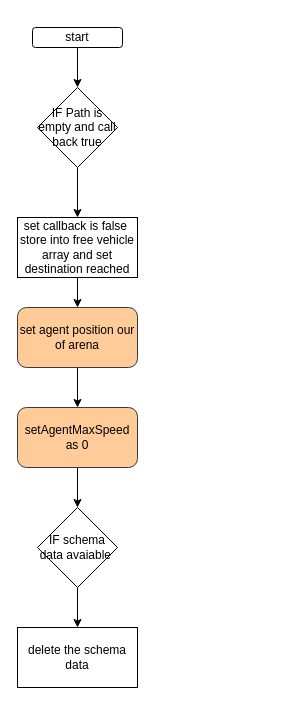
The draw.io diagram vehicle/triggerDestinationReachCall.drawio in sivagit/diagrams, before the edit. Source tidied: cells renumbered, new cells numbered last; positions are measured from the earlier drawing's top-left corner, leaving out a move shared by most shapes. Both pictures are drawn from the tidied source at 100%, with x=0, y=0 at pixel (17, 27).
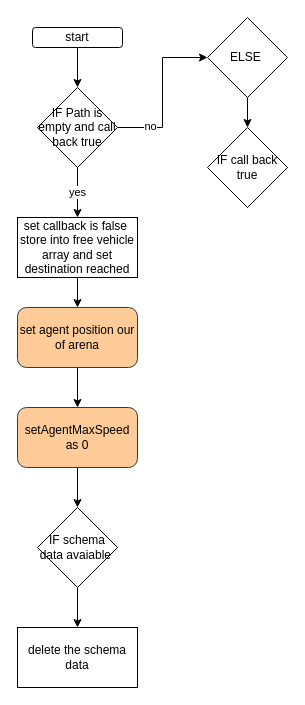
Above is the later version.

The edit, as a diff of the source:
```diff
@@
 <mxGraphModel>
   <root>
     <mxCell id="0" />
     <mxCell id="1" parent="0" />
     <mxCell id="2" style="edgeStyle=orthogonalEdgeStyle;rounded=0;jettySize=auto;html=1;" parent="1" edge="1" source="3" target="5">
       <mxGeometry relative="1" as="geometry" />
     </mxCell>
     <mxCell id="3" value="start" style="rounded=1;whiteSpace=wrap;html=1;" parent="1" vertex="1">
       <mxGeometry x="15" width="90" height="20" as="geometry" />
     </mxCell>
-    <mxCell id="4" style="edgeStyle=orthogonalEdgeStyle;rounded=0;jettySize=auto;html=1;" parent="1" edge="1" source="5" target="7">
+    <mxCell id="4" value="yes" style="edgeStyle=orthogonalEdgeStyle;rounded=0;jettySize=auto;html=1;" parent="1" edge="1" source="5" target="7">
       <mxGeometry relative="1" as="geometry" />
     </mxCell>
+    <mxCell id="15" style="edgeStyle=orthogonalEdgeStyle;rounded=0;jettySize=auto;html=1;" parent="1" edge="1" source="5" target="18">
+      <mxGeometry relative="1" as="geometry" />
+    </mxCell>
+    <mxCell id="16" value="no" style="edgeLabel;html=1;align=center;verticalAlign=middle;" parent="15" vertex="1">
+      <mxGeometry x="-0.6" y="2" relative="1" as="geometry" />
+    </mxCell>
     <mxCell id="5" value="IF Path is empty and call back true" style="rhombus;whiteSpace=wrap;html=1;" parent="1" vertex="1">
       <mxGeometry x="20" y="60" width="80" height="80" as="geometry" />
     </mxCell>
     <mxCell id="6" style="edgeStyle=orthogonalEdgeStyle;rounded=0;jettySize=auto;html=1;" parent="1" edge="1" source="7" target="9">
       <mxGeometry relative="1" as="geometry" />
     </mxCell>
     <mxCell id="7" value="set callback is false&amp;nbsp;&lt;br&gt;store into free vehicle array and set destination reached" style="whiteSpace=wrap;html=1;" parent="1" vertex="1">
       <mxGeometry y="190" width="120" height="60" as="geometry" />
     </mxCell>
     <mxCell id="8" style="edgeStyle=orthogonalEdgeStyle;rounded=0;jettySize=auto;html=1;" parent="1" edge="1" source="9" target="11">
       <mxGeometry relative="1" as="geometry" />
     </mxCell>
     <mxCell id="9" value="set agent position our of arena" style="rounded=1;whiteSpace=wrap;html=1;fillColor=#ffcc99;strokeColor=#36393d;" parent="1" vertex="1">
       <mxGeometry y="280" width="120" height="60" as="geometry" />
     </mxCell>
     <mxCell id="10" style="edgeStyle=orthogonalEdgeStyle;rounded=0;jettySize=auto;html=1;" parent="1" edge="1" source="11" target="13">
       <mxGeometry relative="1" as="geometry" />
     </mxCell>
     <mxCell id="11" value="setAgentMaxSpeed as 0" style="rounded=1;whiteSpace=wrap;html=1;fillColor=#ffcc99;strokeColor=#36393d;" parent="1" vertex="1">
       <mxGeometry y="380" width="120" height="60" as="geometry" />
     </mxCell>
     <mxCell id="12" style="edgeStyle=orthogonalEdgeStyle;rounded=0;jettySize=auto;html=1;" parent="1" edge="1" source="13" target="14">
       <mxGeometry relative="1" as="geometry" />
     </mxCell>
     <mxCell id="13" value="IF schema data avaiable&amp;nbsp;" style="rhombus;whiteSpace=wrap;html=1;" parent="1" vertex="1">
       <mxGeometry x="20" y="480" width="80" height="80" as="geometry" />
     </mxCell>
     <mxCell id="14" value="delete the schema data" style="whiteSpace=wrap;html=1;" parent="1" vertex="1">
       <mxGeometry y="600" width="120" height="60" as="geometry" />
     </mxCell>
+    <mxCell id="17" style="edgeStyle=orthogonalEdgeStyle;rounded=0;jettySize=auto;html=1;" parent="1" edge="1" source="18" target="19">
+      <mxGeometry relative="1" as="geometry" />
+    </mxCell>
+    <mxCell id="18" value="ELSE&amp;nbsp;" style="rhombus;whiteSpace=wrap;html=1;" parent="1" vertex="1">
+      <mxGeometry x="190" y="-10" width="80" height="80" as="geometry" />
+    </mxCell>
+    <mxCell id="19" value="IF call back true" style="rhombus;whiteSpace=wrap;html=1;" parent="1" vertex="1">
+      <mxGeometry x="190" y="100" width="80" height="80" as="geometry" />
+    </mxCell>
   </root>
 </mxGraphModel>
```
